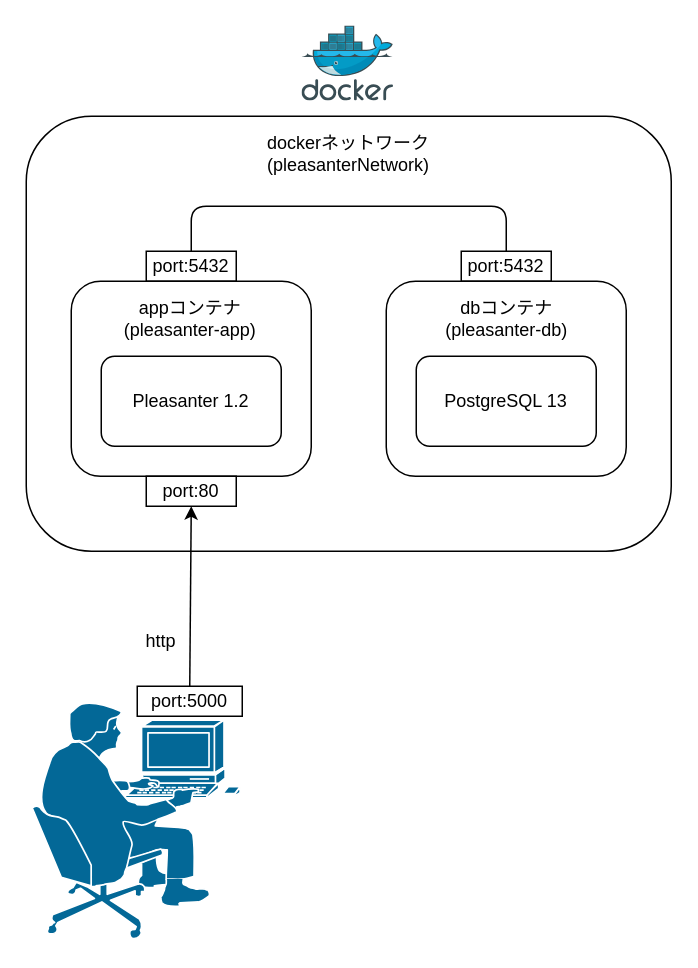
The draw.io diagram static/system-configuration.dio in Oooooomin2/docker-pleasanter-postgresql, before the edit. Source tidied: cells renumbered, new cells numbered last; positions are measured from the earlier drawing's top-left corner, leaving out a move shared by most shapes. Both pictures are drawn from the tidied source at 150%, with x=0, y=0 at pixel (26, 26).
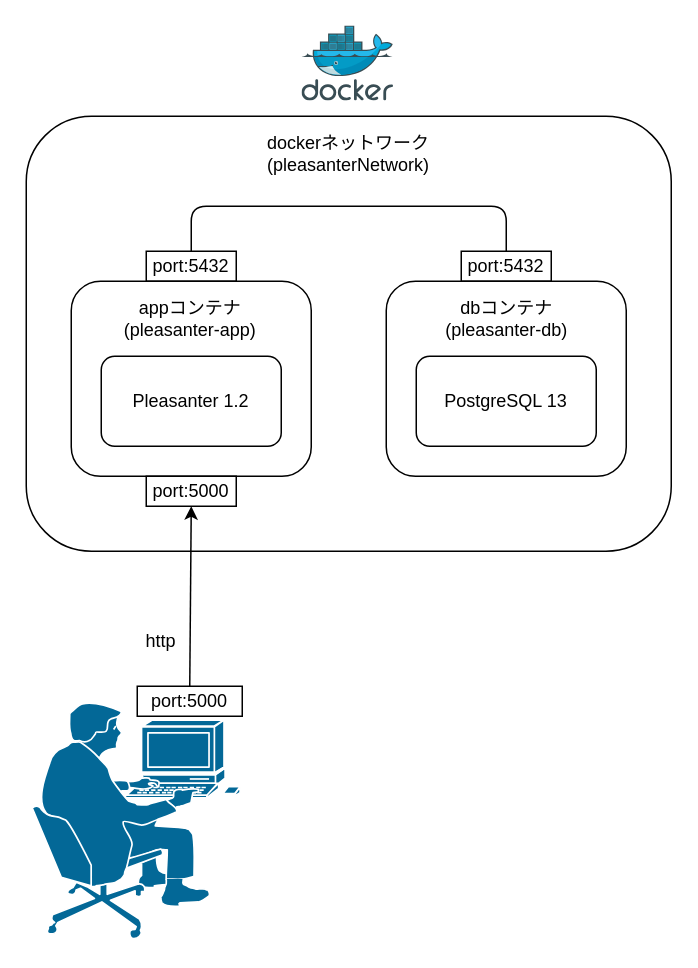
After the change.

Commit message (it also covers changes not shown here):
ポート番号の修正

What changed in the source:
```diff
@@
-    <mxCell id="11" value="port:80" style="rounded=0;whiteSpace=wrap;html=1;fillColor=none;" parent="1" vertex="1">
+    <mxCell id="11" value="port:5000" style="rounded=0;whiteSpace=wrap;html=1;fillColor=none;" parent="1" vertex="1">
       <mxGeometry x="80" y="300" width="60" height="20" as="geometry" />
     </mxCell>
```
